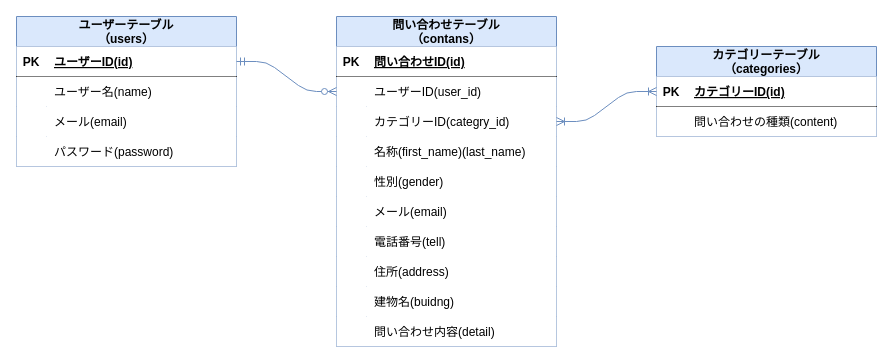
risamatsumoto1104/contact-form1 keeps this draw.io diagram as contact-form.drawio. Above is the earlier version. Source tidied: cells renumbered, new cells numbered last; positions are measured from the earlier drawing's top-left corner, leaving out a move shared by most shapes. Both pictures are drawn from the tidied source at 100%, with x=0, y=0 at pixel (-3, 16).
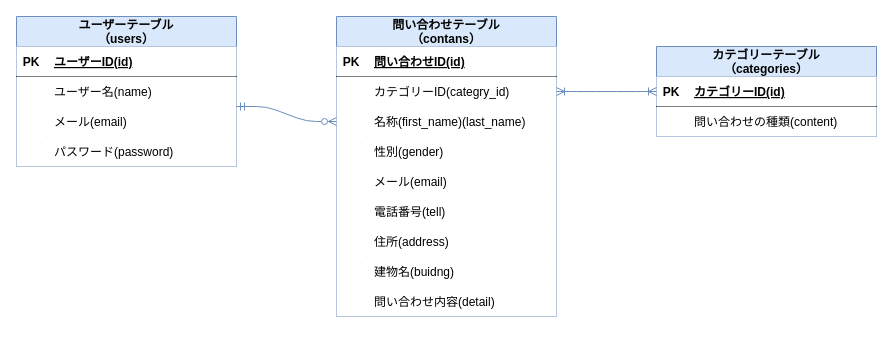
The same diagram, later.

Unchanged cells that the change refers to:
```xml
<mxCell id="41" style="shape=tableRow;horizontal=0;startSize=0;swimlaneHead=0;swimlaneBody=0;points=[[0,0.5],[1,0.5]];portConstraint=eastwest;top=0;left=0;right=0;bottom=1;strokeWidth=1;" parent="40" vertex="1">
  <mxGeometry y="30" width="220" height="30" as="geometry" />
</mxCell>
<mxCell id="44" style="shape=tableRow;horizontal=0;startSize=0;swimlaneHead=0;swimlaneBody=0;points=[[0,0.5],[1,0.5]];portConstraint=eastwest;top=0;left=0;right=0;bottom=0;strokeWidth=1;" parent="40" vertex="1">
  <mxGeometry y="60" width="220" height="30" as="geometry" />
</mxCell>
```

Change to the diagram source:
```diff
@@
     <mxCell id="2" value="問い合わせテーブル&#10;（contans）" style="shape=table;startSize=30;childLayout=tableLayout;rowLines=0;fontStyle=1;align=center;fillColor=#dae8fc;strokeColor=#6c8ebf;" parent="1" vertex="1">
-      <mxGeometry x="339" width="220" height="330" as="geometry" />
+      <mxGeometry x="339" width="220" height="300" as="geometry" />
     </mxCell>
@@
-    <mxCell id="6" style="shape=tableRow;horizontal=0;startSize=0;swimlaneHead=0;swimlaneBody=0;points=[[0,0.5],[1,0.5]];portConstraint=eastwest;top=0;left=0;right=0;bottom=0;" parent="2" vertex="1">
-      <mxGeometry y="60" width="220" height="30" as="geometry" />
-    </mxCell>
-    <mxCell id="7" style="shape=partialRectangle;fillColor=none;top=0;left=0;bottom=0;right=0;overflow=hidden;" parent="6" vertex="1">
-      <mxGeometry width="30" height="30" as="geometry" />
-    </mxCell>
-    <mxCell id="8" value="ユーザーID(user_id)" style="shape=partialRectangle;fillColor=none;top=0;left=0;bottom=0;right=0;align=left;spacingLeft=6;overflow=hidden;" parent="6" vertex="1">
-      <mxGeometry x="30" width="190" height="30" as="geometry" />
-    </mxCell>
     <mxCell id="9" style="shape=tableRow;horizontal=0;startSize=0;swimlaneHead=0;swimlaneBody=0;points=[[0,0.5],[1,0.5]];portConstraint=eastwest;top=0;left=0;right=0;bottom=0;" parent="2" vertex="1">
-      <mxGeometry y="90" width="220" height="30" as="geometry" />
+      <mxGeometry y="60" width="220" height="30" as="geometry" />
     </mxCell>
@@
     <mxCell id="12" style="shape=tableRow;horizontal=0;startSize=0;swimlaneHead=0;swimlaneBody=0;points=[[0,0.5],[1,0.5]];portConstraint=eastwest;top=0;left=0;right=0;bottom=0;" parent="2" vertex="1">
-      <mxGeometry y="120" width="220" height="30" as="geometry" />
+      <mxGeometry y="90" width="220" height="30" as="geometry" />
     </mxCell>
@@
     <mxCell id="15" style="shape=tableRow;horizontal=0;startSize=0;swimlaneHead=0;swimlaneBody=0;top=0;left=0;right=0;bottom=0;" parent="2" vertex="1">
-      <mxGeometry y="150" width="220" height="30" as="geometry" />
+      <mxGeometry y="120" width="220" height="30" as="geometry" />
     </mxCell>
@@
     <mxCell id="18" style="shape=tableRow;horizontal=0;startSize=0;swimlaneHead=0;swimlaneBody=0;top=0;left=0;right=0;bottom=0;" parent="2" vertex="1">
-      <mxGeometry y="180" width="220" height="30" as="geometry" />
+      <mxGeometry y="150" width="220" height="30" as="geometry" />
     </mxCell>
@@
     <mxCell id="21" style="shape=tableRow;horizontal=0;startSize=0;swimlaneHead=0;swimlaneBody=0;top=0;left=0;right=0;bottom=0;" parent="2" vertex="1">
-      <mxGeometry y="210" width="220" height="30" as="geometry" />
+      <mxGeometry y="180" width="220" height="30" as="geometry" />
     </mxCell>
@@
     <mxCell id="24" style="shape=tableRow;horizontal=0;startSize=0;swimlaneHead=0;swimlaneBody=0;top=0;left=0;right=0;bottom=0;" parent="2" vertex="1">
-      <mxGeometry y="240" width="220" height="30" as="geometry" />
+      <mxGeometry y="210" width="220" height="30" as="geometry" />
     </mxCell>
@@
     <mxCell id="27" style="shape=tableRow;horizontal=0;startSize=0;swimlaneHead=0;swimlaneBody=0;top=0;left=0;right=0;bottom=0;" parent="2" vertex="1">
-      <mxGeometry y="270" width="220" height="30" as="geometry" />
+      <mxGeometry y="240" width="220" height="30" as="geometry" />
     </mxCell>
@@
     <mxCell id="30" style="shape=tableRow;horizontal=0;startSize=0;swimlaneHead=0;swimlaneBody=0;top=0;left=0;right=0;bottom=0;" parent="2" vertex="1">
-      <mxGeometry y="300" width="220" height="30" as="geometry" />
+      <mxGeometry y="270" width="220" height="30" as="geometry" />
     </mxCell>
@@
-    <mxCell id="54" style="edgeStyle=entityRelationEdgeStyle;fontSize=12;html=1;endArrow=ERzeroToMany;startArrow=ERmandOne;exitX=1;exitY=0.5;exitDx=0;exitDy=0;entryX=0;entryY=0.5;entryDx=0;entryDy=0;strokeColor=#6c8ebf;fillColor=#dae8fc;strokeWidth=1;" parent="1" edge="1" source="41" target="6">
+    <mxCell id="54" style="edgeStyle=entityRelationEdgeStyle;fontSize=12;html=1;endArrow=ERzeroToMany;startArrow=ERmandOne;exitX=1;exitY=1;exitDx=0;exitDy=0;strokeColor=#6c8ebf;fillColor=#dae8fc;strokeWidth=1;entryX=0;entryY=0.5;entryDx=0;entryDy=0;exitPerimeter=0;" parent="1" edge="1" source="44" target="12">
       <mxGeometry relative="1" as="geometry" />
     </mxCell>
```
